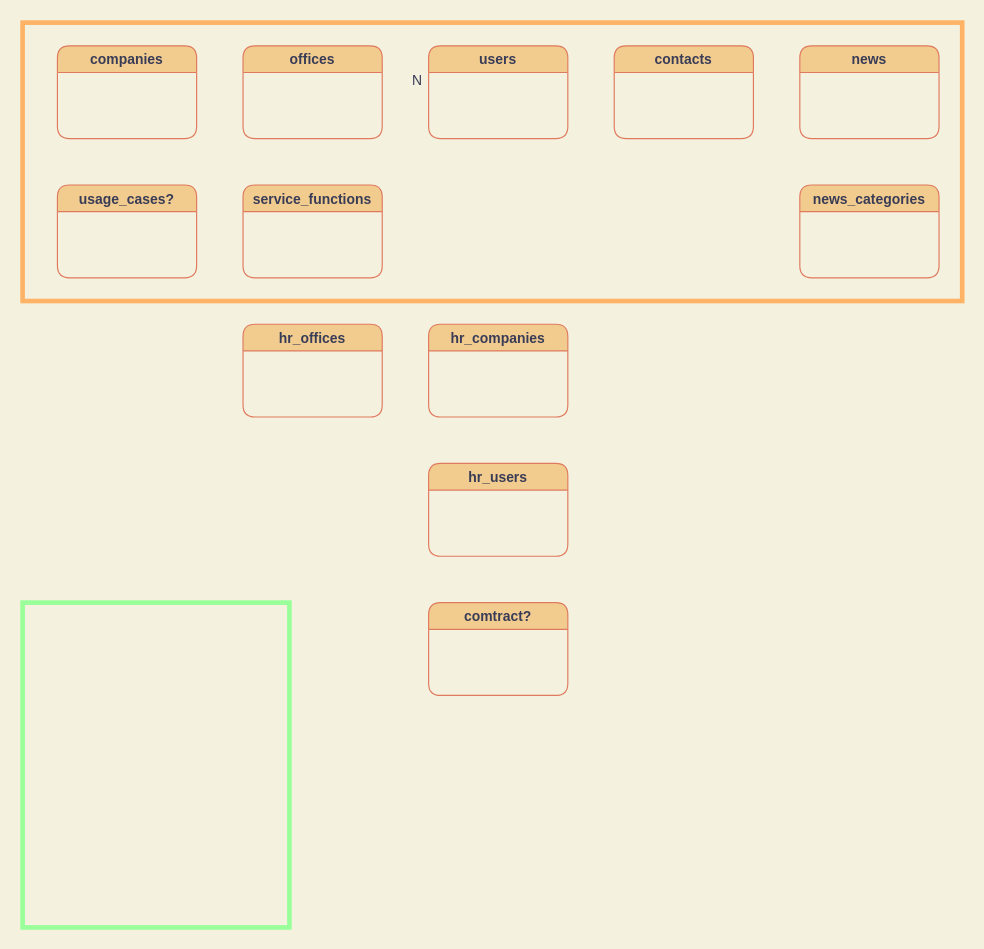
Snails8/draw.io-contents keeps this draw.io diagram as contract.drawio. Above is the earlier version. Source tidied: cells renumbered, new cells numbered last; positions are measured from the earlier drawing's top-left corner, leaving out a move shared by most shapes. Both pictures are drawn from the tidied source at 116%, with x=0, y=0 at pixel (22, 22).
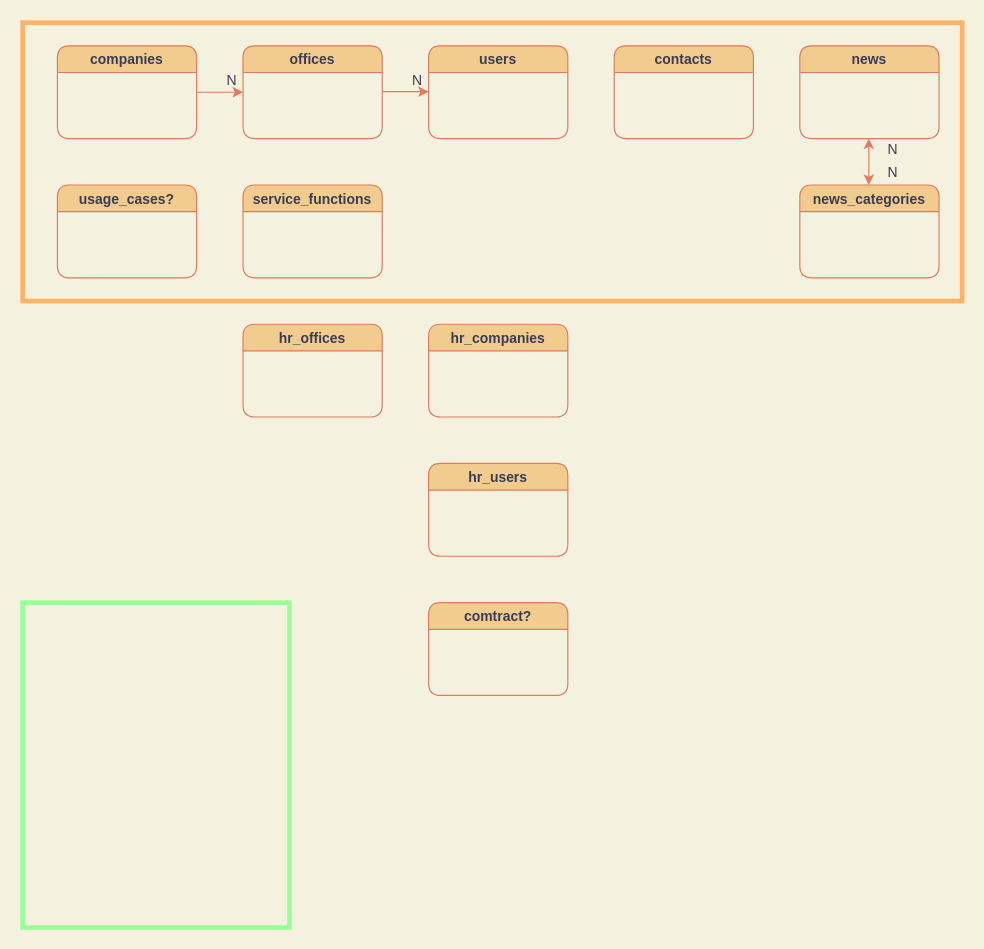
The same diagram, later.

Commit message:
add: 設計図の作成

The change refers to these unchanged cells:
```xml
<mxCell id="5" value="offices" style="swimlane;fontColor=#393C56;strokeColor=#E07A5F;fillColor=#F2CC8F;rounded=1;sketch=0;" parent="1" vertex="1">
  <mxGeometry x="190" y="20" width="120" height="80" as="geometry" />
</mxCell>
<mxCell id="6" value="companies" style="swimlane;fontColor=#393C56;strokeColor=#E07A5F;fillColor=#F2CC8F;rounded=1;sketch=0;" parent="1" vertex="1">
  <mxGeometry x="30" y="20" width="120" height="80" as="geometry" />
</mxCell>
```

Diff of the diagram source:
```diff
@@
+    <mxCell id="17" value="N" style="text;html=1;align=center;verticalAlign=middle;strokeColor=none;fontColor=#393C56;" parent="5" vertex="1">
+      <mxGeometry x="-20" y="20" width="20" height="20" as="geometry" />
+    </mxCell>
+    <mxCell id="18" style="edgeStyle=orthogonalEdgeStyle;curved=0;rounded=1;sketch=0;jettySize=auto;html=1;exitX=1;exitY=0.5;exitDx=0;exitDy=0;entryX=0;entryY=0.5;entryDx=0;entryDy=0;fontColor=#393C56;strokeColor=#E07A5F;fillColor=#F2CC8F;" parent="1" edge="1" source="6" target="5">
+      <mxGeometry relative="1" as="geometry" />
+    </mxCell>
@@
-    <mxCell id="7" value="N" style="text;html=1;align=center;verticalAlign=middle;strokeColor=none;fontColor=#393C56;" parent="1" vertex="1">
-      <mxGeometry x="330" y="40" width="20" height="20" as="geometry" />
-    </mxCell>
@@
+    <mxCell id="19" style="edgeStyle=orthogonalEdgeStyle;curved=0;rounded=1;sketch=0;orthogonalLoop=1;jettySize=auto;html=1;exitX=1;exitY=0.5;exitDx=0;exitDy=0;entryX=0;entryY=0.5;entryDx=0;entryDy=0;fontColor=#393C56;strokeColor=#E07A5F;fillColor=#F2CC8F;" parent="1" edge="1">
+      <mxGeometry relative="1" as="geometry">
+        <mxPoint x="310" y="59.5" as="sourcePoint" />
+        <mxPoint x="350" y="59.5" as="targetPoint" />
+        <Array as="points">
+          <mxPoint x="350" y="59.5" />
+        </Array>
+      </mxGeometry>
+    </mxCell>
+    <mxCell id="7" value="N" style="text;html=1;align=center;verticalAlign=middle;strokeColor=none;fontColor=#393C56;" parent="1" vertex="1">
+      <mxGeometry x="330" y="40" width="20" height="20" as="geometry" />
+    </mxCell>
+    <mxCell id="20" style="endArrow=classic;startArrow=classic;html=1;fontColor=#393C56;strokeColor=#E07A5F;fillColor=#F2CC8F;" parent="1" edge="1">
+      <mxGeometry relative="1" as="geometry">
+        <mxPoint x="729.5" y="140" as="sourcePoint" />
+        <mxPoint x="729.5" y="100" as="targetPoint" />
+      </mxGeometry>
+    </mxCell>
+    <mxCell id="21" value="N" style="text;html=1;align=center;verticalAlign=middle;strokeColor=none;fontColor=#393C56;" parent="1" vertex="1">
+      <mxGeometry x="740" y="100" width="20" height="20" as="geometry" />
+    </mxCell>
+    <mxCell id="22" value="N" style="text;html=1;align=center;verticalAlign=middle;strokeColor=none;fontColor=#393C56;" parent="1" vertex="1">
+      <mxGeometry x="740" y="120" width="20" height="20" as="geometry" />
+    </mxCell>
```
